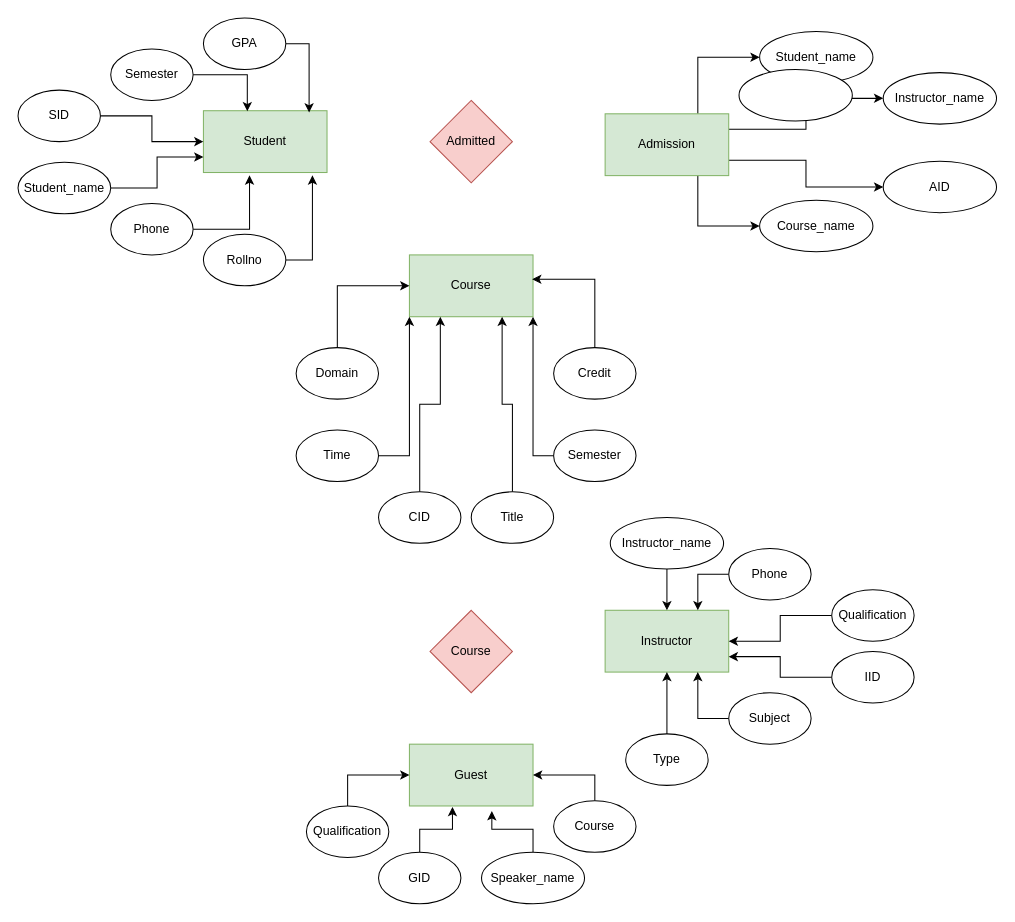
Above: database.drawio in sujalthakuri/h (draw.io), before the change. Source tidied: cells renumbered, new cells numbered last; positions are measured from the earlier drawing's top-left corner, leaving out a move shared by most shapes. Both pictures are drawn from the tidied source at 103%, with x=0, y=0 at pixel (18, 18).
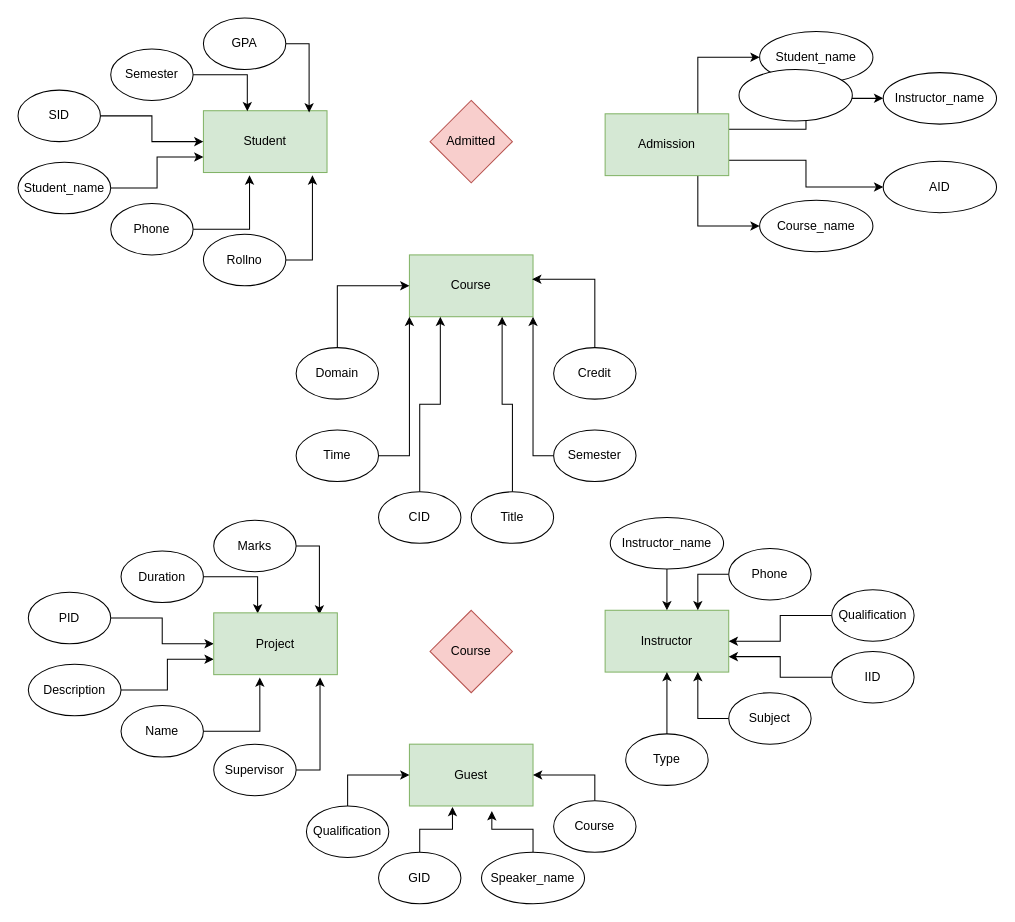
After the change.

The edit, as a diff of the source:
```diff
@@
+    <mxCell id="62" style="edgeStyle=orthogonalEdgeStyle;rounded=0;jettySize=auto;html=1;exitX=1;exitY=0.5;exitDx=0;exitDy=0;entryX=0;entryY=0.5;entryDx=0;entryDy=0;" parent="1" edge="1" source="63" target="72">
+      <mxGeometry relative="1" as="geometry" />
+    </mxCell>
+    <mxCell id="63" value="PID" style="ellipse;whiteSpace=wrap;html=1;" parent="1" vertex="1">
+      <mxGeometry x="10" y="557.5" width="80" height="50" as="geometry" />
+    </mxCell>
+    <mxCell id="64" style="edgeStyle=orthogonalEdgeStyle;rounded=0;jettySize=auto;html=1;exitX=1;exitY=0.5;exitDx=0;exitDy=0;entryX=0.373;entryY=1.046;entryDx=0;entryDy=0;entryPerimeter=0;" parent="1" edge="1" source="65" target="72">
+      <mxGeometry relative="1" as="geometry" />
+    </mxCell>
+    <mxCell id="65" value="Name" style="ellipse;whiteSpace=wrap;html=1;" parent="1" vertex="1">
+      <mxGeometry x="100" y="667.5" width="80" height="50" as="geometry" />
+    </mxCell>
+    <mxCell id="66" style="edgeStyle=orthogonalEdgeStyle;rounded=0;jettySize=auto;html=1;exitX=1;exitY=0.5;exitDx=0;exitDy=0;entryX=0.355;entryY=0.009;entryDx=0;entryDy=0;entryPerimeter=0;" parent="1" edge="1" source="67" target="72">
+      <mxGeometry relative="1" as="geometry" />
+    </mxCell>
+    <mxCell id="67" value="Duration" style="ellipse;whiteSpace=wrap;html=1;" parent="1" vertex="1">
+      <mxGeometry x="100" y="517.5" width="80" height="50" as="geometry" />
+    </mxCell>
+    <mxCell id="68" style="edgeStyle=orthogonalEdgeStyle;rounded=0;jettySize=auto;html=1;exitX=1;exitY=0.5;exitDx=0;exitDy=0;entryX=0.855;entryY=0.028;entryDx=0;entryDy=0;entryPerimeter=0;" parent="1" edge="1" source="69" target="72">
+      <mxGeometry relative="1" as="geometry" />
+    </mxCell>
+    <mxCell id="69" value="Marks" style="ellipse;whiteSpace=wrap;html=1;" parent="1" vertex="1">
+      <mxGeometry x="190" y="487.5" width="80" height="50" as="geometry" />
+    </mxCell>
+    <mxCell id="70" style="edgeStyle=orthogonalEdgeStyle;rounded=0;jettySize=auto;html=1;exitX=1;exitY=0.5;exitDx=0;exitDy=0;entryX=0;entryY=0.75;entryDx=0;entryDy=0;" parent="1" edge="1" source="71" target="72">
+      <mxGeometry relative="1" as="geometry" />
+    </mxCell>
+    <mxCell id="71" value="Description" style="ellipse;whiteSpace=wrap;html=1;" parent="1" vertex="1">
+      <mxGeometry x="10" y="627.5" width="90" height="50" as="geometry" />
+    </mxCell>
+    <mxCell id="72" value="Project" style="rounded=0;whiteSpace=wrap;html=1;fillColor=#d5e8d4;strokeColor=#82b366;" parent="1" vertex="1">
+      <mxGeometry x="190" y="577.5" width="120" height="60" as="geometry" />
+    </mxCell>
+    <mxCell id="73" style="edgeStyle=orthogonalEdgeStyle;rounded=0;jettySize=auto;html=1;exitX=1;exitY=0.5;exitDx=0;exitDy=0;entryX=0.86;entryY=1.045;entryDx=0;entryDy=0;entryPerimeter=0;" parent="1" edge="1" source="74" target="72">
+      <mxGeometry relative="1" as="geometry" />
+    </mxCell>
+    <mxCell id="74" value="Supervisor" style="ellipse;whiteSpace=wrap;html=1;" parent="1" vertex="1">
+      <mxGeometry x="190" y="705" width="80" height="50" as="geometry" />
+    </mxCell>
```
